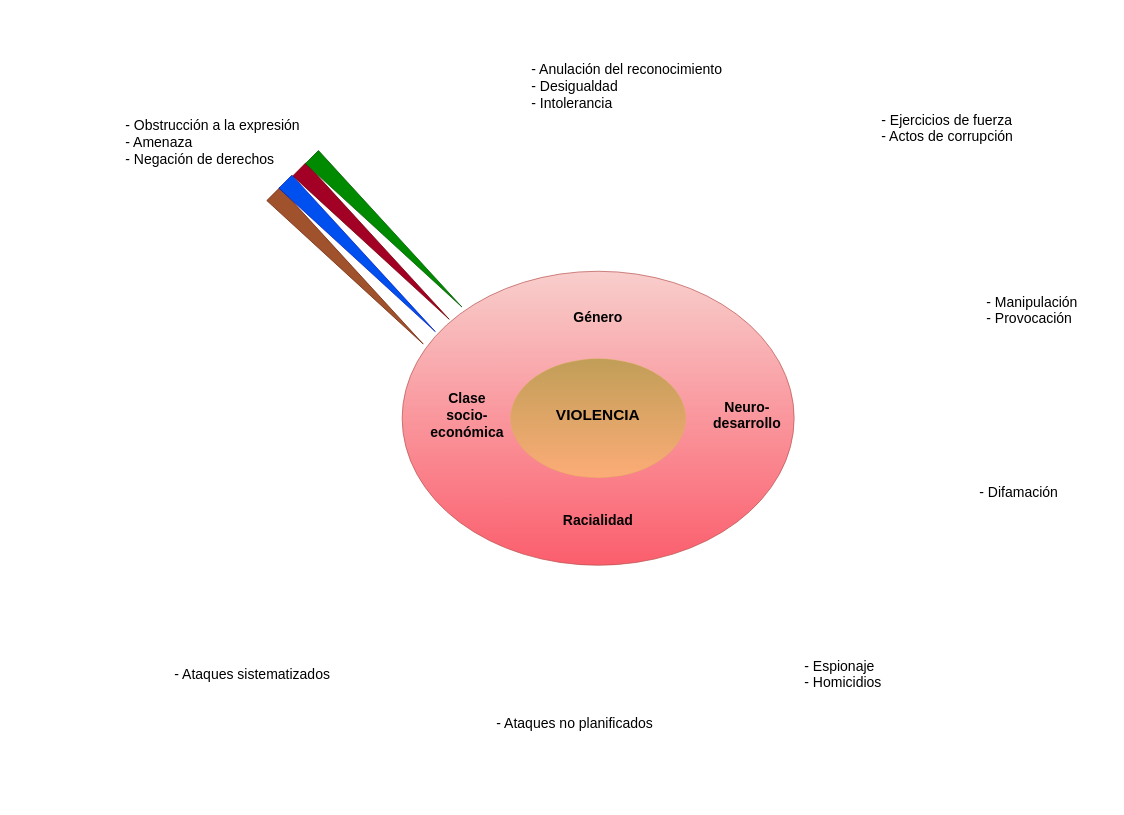
Earlier version of the draw.io diagram Diagrama sin título.drawio (GustavoRoAn/indicadores_de_violencia). Source tidied: cells renumbered, new cells numbered last; positions are measured from the earlier drawing's top-left corner, leaving out a move shared by most shapes. Both pictures are drawn from the tidied source at 70%, with x=0, y=0 at pixel (124, 47).
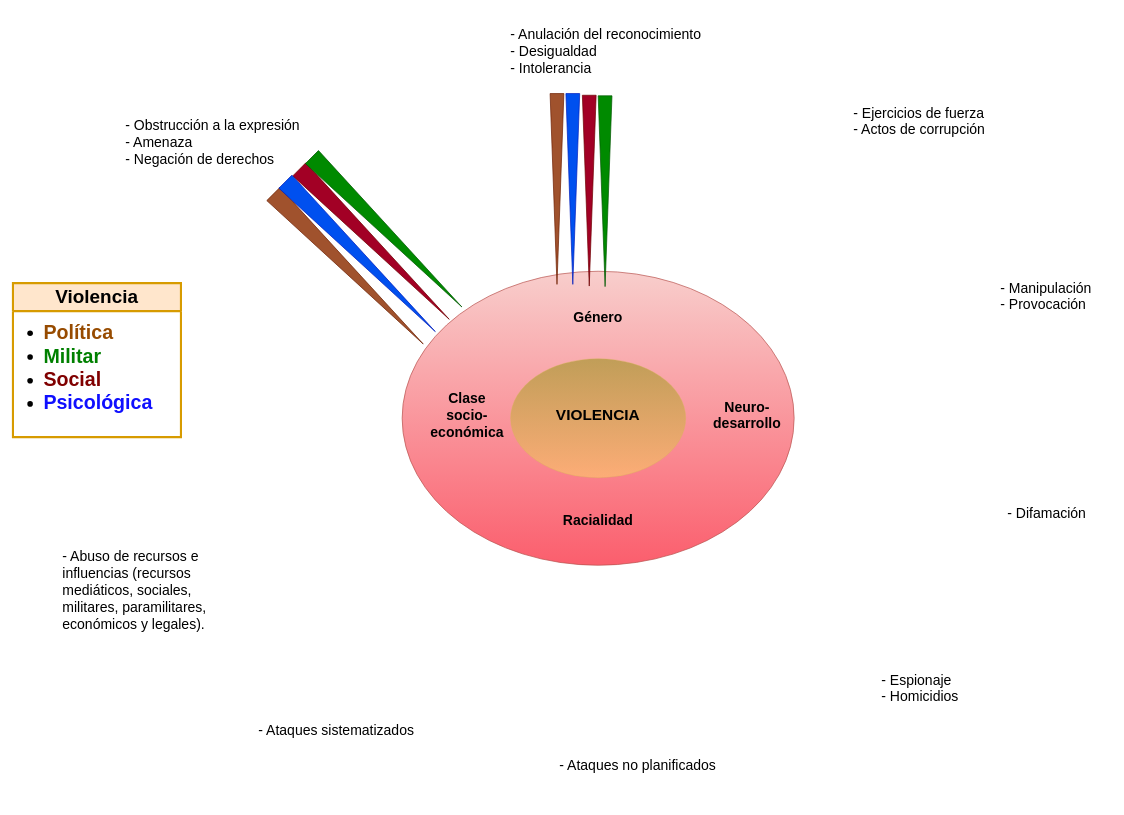
The same page after the edit.

What changed in the source:
```diff
@@
     <mxCell id="16" value="&lt;font style=&quot;font-size: 20px;&quot;&gt;- Anulación del reconocimiento&lt;/font&gt;&lt;div align=&quot;left&quot;&gt;&lt;font style=&quot;font-size: 20px;&quot;&gt;- Desigualdad&lt;/font&gt;&lt;/div&gt;&lt;div align=&quot;left&quot;&gt;&lt;font style=&quot;font-size: 20px;&quot;&gt;- Intolerancia&lt;br&gt;&lt;/font&gt;&lt;/div&gt;" style="text;strokeColor=none;align=left;fillColor=none;html=1;verticalAlign=middle;whiteSpace=wrap;rounded=0;fontSize=12;fontFamily=Helvetica;fontColor=default;" parent="1" vertex="1">
-      <mxGeometry x="580" width="320" height="110" as="geometry" />
+      <mxGeometry x="550" y="-50" width="280" height="110" as="geometry" />
     </mxCell>
     <mxCell id="17" value="&lt;div align=&quot;left&quot;&gt;&lt;font style=&quot;font-size: 20px;&quot;&gt;- Ejercicios de fuerza&lt;/font&gt;&lt;/div&gt;&lt;div align=&quot;left&quot;&gt;&lt;font style=&quot;font-size: 20px;&quot;&gt;- Actos de corrupción&lt;br&gt;&lt;/font&gt;&lt;/div&gt;" style="text;strokeColor=none;align=left;fillColor=none;html=1;verticalAlign=middle;whiteSpace=wrap;rounded=0;fontSize=12;fontFamily=Helvetica;fontColor=default;" parent="1" vertex="1">
-      <mxGeometry x="1080" y="60" width="270" height="110" as="geometry" />
+      <mxGeometry x="1040" y="50" width="270" height="110" as="geometry" />
     </mxCell>
     <mxCell id="18" value="&lt;div align=&quot;left&quot;&gt;&lt;font style=&quot;font-size: 20px;&quot;&gt;- Manipulación&lt;/font&gt;&lt;/div&gt;&lt;div align=&quot;left&quot;&gt;&lt;font style=&quot;font-size: 20px;&quot;&gt;- Provocación&lt;br&gt;&lt;/font&gt;&lt;/div&gt;" style="text;strokeColor=none;align=left;fillColor=none;html=1;verticalAlign=middle;whiteSpace=wrap;rounded=0;fontSize=12;fontFamily=Helvetica;fontColor=default;" parent="1" vertex="1">
-      <mxGeometry x="1230" y="320" width="160" height="110" as="geometry" />
+      <mxGeometry x="1250" y="300" width="160" height="110" as="geometry" />
     </mxCell>
     <mxCell id="19" value="&lt;div align=&quot;left&quot;&gt;&lt;font style=&quot;font-size: 20px;&quot;&gt;- Difamación&lt;br&gt;&lt;/font&gt;&lt;/div&gt;" style="text;strokeColor=none;align=left;fillColor=none;html=1;verticalAlign=middle;whiteSpace=wrap;rounded=0;fontSize=12;fontFamily=Helvetica;fontColor=default;" parent="1" vertex="1">
-      <mxGeometry x="1220" y="580" width="150" height="110" as="geometry" />
+      <mxGeometry x="1260" y="610" width="150" height="110" as="geometry" />
     </mxCell>
     <mxCell id="20" value="&lt;div align=&quot;left&quot;&gt;&lt;font style=&quot;font-size: 20px;&quot;&gt;- Espionaje&lt;/font&gt;&lt;/div&gt;&lt;div align=&quot;left&quot;&gt;&lt;font style=&quot;font-size: 20px;&quot;&gt;- Homicidios&lt;br&gt;&lt;/font&gt;&lt;/div&gt;" style="text;strokeColor=none;align=left;fillColor=none;html=1;verticalAlign=middle;whiteSpace=wrap;rounded=0;fontSize=12;fontFamily=Helvetica;fontColor=default;" parent="1" vertex="1">
-      <mxGeometry x="970" y="840" width="140" height="110" as="geometry" />
+      <mxGeometry x="1080" y="860" width="140" height="110" as="geometry" />
     </mxCell>
     <mxCell id="21" value="&lt;div align=&quot;left&quot;&gt;&lt;font style=&quot;font-size: 20px;&quot;&gt;- Ataques no planificados&lt;br&gt;&lt;/font&gt;&lt;/div&gt;" style="text;strokeColor=none;align=left;fillColor=none;html=1;verticalAlign=middle;whiteSpace=wrap;rounded=0;fontSize=12;fontFamily=Helvetica;fontColor=default;" parent="1" vertex="1">
-      <mxGeometry x="530" y="910" width="230" height="110" as="geometry" />
+      <mxGeometry x="620" y="970" width="230" height="110" as="geometry" />
     </mxCell>
     <mxCell id="22" value="&lt;div align=&quot;left&quot;&gt;&lt;font style=&quot;font-size: 20px;&quot;&gt;- Ataques sistematizados&lt;br&gt;&lt;/font&gt;&lt;/div&gt;" style="text;strokeColor=none;align=left;fillColor=none;html=1;verticalAlign=middle;whiteSpace=wrap;rounded=0;fontSize=12;fontFamily=Helvetica;fontColor=default;" parent="1" vertex="1">
-      <mxGeometry x="70" y="840" width="240" height="110" as="geometry" />
+      <mxGeometry x="190" y="920" width="240" height="110" as="geometry" />
     </mxCell>
+    <mxCell id="23" value="&lt;div align=&quot;left&quot;&gt;&lt;font style=&quot;font-size: 20px;&quot;&gt;- Abuso de recursos e influencias (recursos mediáticos, sociales, militares, paramilitares, económicos y legales).&lt;br&gt;&lt;/font&gt;&lt;/div&gt;" style="text;strokeColor=none;align=left;fillColor=none;html=1;verticalAlign=middle;whiteSpace=wrap;rounded=0;fontSize=12;fontFamily=Helvetica;fontColor=default;" parent="1" vertex="1">
+      <mxGeometry x="-90" y="720" width="230" height="110" as="geometry" />
+    </mxCell>
+    <mxCell id="24" style="group;rotation=-225;" parent="1" vertex="1">
+      <mxGeometry x="580" y="153.8" width="260" height="210" as="geometry" />
+    </mxCell>
+    <mxCell id="25" style="triangle;whiteSpace=wrap;html=1;rotation=-270;fillColor=#a0522d;fontColor=#ffffff;strokeColor=#6D1F00;" parent="24" vertex="1">
+      <mxGeometry x="-98.1" y="38.8" width="272.6" height="19.7" as="geometry" />
+    </mxCell>
+    <mxCell id="26" style="triangle;whiteSpace=wrap;html=1;rotation=-270;fillColor=#a20025;fontColor=#ffffff;strokeColor=#6F0000;" parent="24" vertex="1">
+      <mxGeometry x="-52" y="41.2" width="272.6" height="19.7" as="geometry" />
+    </mxCell>
+    <mxCell id="27" style="triangle;whiteSpace=wrap;html=1;rotation=-270;fillColor=#0050ef;fontColor=#ffffff;strokeColor=#001DBC;" parent="24" vertex="1">
+      <mxGeometry x="-75.5" y="38.8" width="272.6" height="19.7" as="geometry" />
+    </mxCell>
+    <mxCell id="28" style="triangle;whiteSpace=wrap;html=1;rotation=-270;fillColor=#008a00;fontColor=#ffffff;strokeColor=#005700;" parent="24" vertex="1">
+      <mxGeometry x="-29.4" y="42" width="272.6" height="19.7" as="geometry" />
+    </mxCell>
+    <mxCell id="29" value="&lt;font style=&quot;font-size: 27px;&quot;&gt;Violencia&lt;/font&gt;" style="swimlane;whiteSpace=wrap;html=1;strokeColor=#d79b00;fontFamily=Helvetica;fontSize=12;fillColor=#ffe6cc;startSize=40;swimlaneFillColor=none;strokeWidth=3;" parent="1" vertex="1">
+      <mxGeometry x="-159" y="337" width="240" height="220" as="geometry" />
+    </mxCell>
+    <mxCell id="30" value="&lt;ul style=&quot;font-size: 28px;&quot;&gt;&lt;li&gt;&lt;b&gt;&lt;font style=&quot;font-size: 28px;&quot; color=&quot;#974b00&quot;&gt;Política&lt;/font&gt;&lt;/b&gt;&lt;/li&gt;&lt;li&gt;&lt;b&gt;&lt;font style=&quot;font-size: 28px;&quot; color=&quot;#008000&quot;&gt;Militar&lt;/font&gt;&lt;/b&gt;&lt;/li&gt;&lt;li&gt;&lt;b&gt;&lt;font style=&quot;font-size: 28px;&quot; color=&quot;#800000&quot;&gt;Social&lt;/font&gt;&lt;/b&gt;&lt;/li&gt;&lt;li&gt;&lt;b&gt;&lt;font style=&quot;font-size: 28px;&quot; color=&quot;#0f0fff&quot;&gt;Psicológica&lt;br&gt;&lt;/font&gt;&lt;/b&gt;&lt;/li&gt;&lt;/ul&gt;" style="text;strokeColor=none;align=left;fillColor=none;html=1;verticalAlign=middle;whiteSpace=wrap;rounded=0;fontSize=12;fontFamily=Helvetica;fontColor=default;" parent="29" vertex="1">
+      <mxGeometry x="2" y="61" width="230" height="120" as="geometry" />
+    </mxCell>
```
